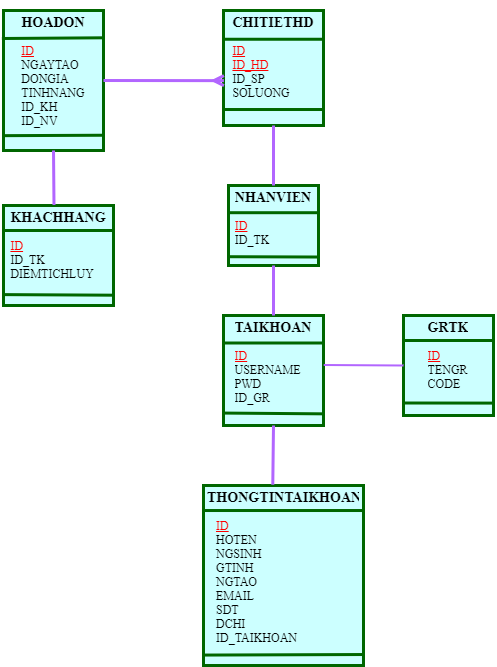
Above: erd.drawio.png in sunny-THS/QlyBanDT (draw.io), before the change. Source tidied: cells renumbered, new cells last; positions are measured from the earlier drawing's top-left corner, leaving out a move shared by most shapes.
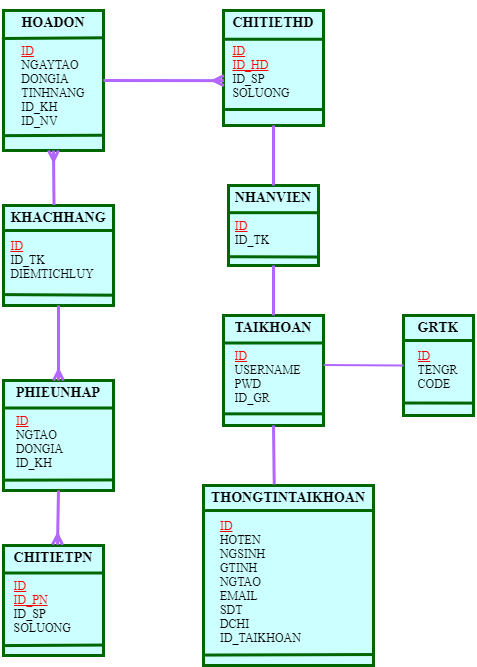
Later version of the same file.

Change to the diagram source:
```diff
@@ -3,7 +3,7 @@
     <mxCell id="0" />
     <mxCell id="1" parent="0" />
     <mxCell id="2" value="&lt;h3&gt;&lt;font color=&quot;#000000&quot; face=&quot;Times New Roman&quot;&gt;GRTK&lt;br&gt;&lt;/font&gt;&lt;/h3&gt;&lt;div style=&quot;text-align: left&quot;&gt;&lt;u&gt;&lt;font color=&quot;#ff0000&quot; face=&quot;Times New Roman&quot;&gt;ID&lt;/font&gt;&lt;/u&gt;&lt;/div&gt;&lt;div style=&quot;text-align: left&quot;&gt;&lt;font color=&quot;#000000&quot; face=&quot;Times New Roman&quot;&gt;TENGR&lt;/font&gt;&lt;/div&gt;&lt;div style=&quot;text-align: left&quot;&gt;&lt;font color=&quot;#000000&quot; face=&quot;Times New Roman&quot;&gt;CODE&lt;/font&gt;&lt;/div&gt;" style="text;html=1;spacing=5;spacingTop=-20;whiteSpace=wrap;overflow=hidden;rounded=0;shadow=0;fillColor=#CCFFFF;strokeColor=#006600;align=center;strokeWidth=3;" parent="1" vertex="1">
-      <mxGeometry x="400" y="305" width="90" height="100" as="geometry" />
+      <mxGeometry x="400" y="305" width="70" height="100" as="geometry" />
     </mxCell>
     <mxCell id="3" style="endArrow=none;html=1;startSize=6;strokeWidth=3;exitX=0;exitY=0.25;exitDx=0;exitDy=0;entryX=1;entryY=0.25;entryDx=0;entryDy=0;strokeColor=#006600;" parent="1" edge="1" source="2" target="2">
       <mxGeometry relative="1" as="geometry" />
@@ -17,7 +17,7 @@
     <mxCell id="6" style="endArrow=none;html=1;startSize=6;strokeColor=#006600;strokeWidth=3;exitX=0;exitY=0.25;exitDx=0;exitDy=0;entryX=1;entryY=0.25;entryDx=0;entryDy=0;" parent="1" edge="1" source="5" target="5">
       <mxGeometry relative="1" as="geometry" />
     </mxCell>
-    <mxCell id="7" style="endArrow=none;html=1;startSize=6;strokeColor=#006600;strokeWidth=3;exitX=0;exitY=0.887;exitDx=0;exitDy=0;exitPerimeter=0;entryX=1.002;entryY=0.894;entryDx=0;entryDy=0;entryPerimeter=0;" parent="1" edge="1" source="5" target="5">
+    <mxCell id="7" style="endArrow=none;html=1;startSize=6;strokeColor=#006600;strokeWidth=3;exitX=-0.004;exitY=0.894;exitDx=0;exitDy=0;exitPerimeter=0;entryX=1.002;entryY=0.894;entryDx=0;entryDy=0;entryPerimeter=0;" parent="1" edge="1" source="5" target="5">
       <mxGeometry relative="1" as="geometry" />
     </mxCell>
     <mxCell id="8" style="endArrow=none;html=1;startSize=6;strokeWidth=2;exitX=1.002;exitY=0.45;exitDx=0;exitDy=0;entryX=0;entryY=0.5;entryDx=0;entryDy=0;strokeColor=#B266FF;exitPerimeter=0;" parent="1" edge="1" source="5" target="2">
@@ -60,7 +60,7 @@
       <mxGeometry relative="1" as="geometry" />
     </mxCell>
     <mxCell id="21" value="&lt;h3&gt;&lt;font color=&quot;#000000&quot; face=&quot;Times New Roman&quot;&gt;THONGTINTAIKHOAN&lt;/font&gt;&lt;/h3&gt;&lt;div style=&quot;text-align: left&quot;&gt;&lt;font face=&quot;Times New Roman&quot;&gt;&lt;font color=&quot;#000000&quot;&gt;&amp;nbsp; &amp;nbsp;&lt;/font&gt;&lt;u&gt;&lt;font color=&quot;#ff0000&quot;&gt;ID&lt;/font&gt;&lt;/u&gt;&lt;/font&gt;&lt;/div&gt;&lt;div style=&quot;text-align: left&quot;&gt;&lt;font color=&quot;#000000&quot; face=&quot;Times New Roman&quot;&gt;&amp;nbsp; &amp;nbsp;HOTEN&lt;/font&gt;&lt;/div&gt;&lt;div style=&quot;text-align: left&quot;&gt;&lt;font color=&quot;#000000&quot; face=&quot;Times New Roman&quot;&gt;&amp;nbsp; &amp;nbsp;NGSINH&lt;/font&gt;&lt;/div&gt;&lt;div style=&quot;text-align: left&quot;&gt;&lt;font color=&quot;#000000&quot; face=&quot;Times New Roman&quot;&gt;&amp;nbsp; &amp;nbsp;GTINH&lt;/font&gt;&lt;/div&gt;&lt;div style=&quot;text-align: left&quot;&gt;&lt;font color=&quot;#000000&quot; face=&quot;Times New Roman&quot;&gt;&amp;nbsp; &amp;nbsp;NGTAO&lt;/font&gt;&lt;/div&gt;&lt;div style=&quot;text-align: left&quot;&gt;&lt;font color=&quot;#000000&quot; face=&quot;Times New Roman&quot;&gt;&amp;nbsp; &amp;nbsp;EMAIL&lt;/font&gt;&lt;/div&gt;&lt;div style=&quot;text-align: left&quot;&gt;&lt;font color=&quot;#000000&quot; face=&quot;Times New Roman&quot;&gt;&amp;nbsp; &amp;nbsp;SDT&lt;/font&gt;&lt;/div&gt;&lt;div style=&quot;text-align: left&quot;&gt;&lt;font color=&quot;#000000&quot; face=&quot;Times New Roman&quot;&gt;&amp;nbsp; &amp;nbsp;DCHI&lt;/font&gt;&lt;/div&gt;&lt;div style=&quot;text-align: left&quot;&gt;&lt;font color=&quot;#000000&quot; face=&quot;Times New Roman&quot;&gt;&amp;nbsp; &amp;nbsp;ID_TAIKHOAN&lt;/font&gt;&lt;/div&gt;&lt;div style=&quot;text-align: left&quot;&gt;&lt;font color=&quot;#000000&quot; face=&quot;Times New Roman&quot;&gt;&lt;br&gt;&lt;/font&gt;&lt;/div&gt;&lt;div&gt;&lt;font color=&quot;#000000&quot; face=&quot;Times New Roman&quot;&gt;&lt;br&gt;&lt;/font&gt;&lt;/div&gt;&lt;div&gt;&lt;font color=&quot;#000000&quot; face=&quot;Times New Roman&quot;&gt;&lt;br&gt;&lt;/font&gt;&lt;/div&gt;&lt;div&gt;&lt;font color=&quot;#000000&quot; face=&quot;Times New Roman&quot;&gt;&lt;br&gt;&lt;/font&gt;&lt;/div&gt;&lt;div&gt;&lt;font color=&quot;#000000&quot; face=&quot;Times New Roman&quot;&gt;&lt;br&gt;&lt;/font&gt;&lt;/div&gt;&lt;div&gt;&lt;font color=&quot;#000000&quot; face=&quot;Times New Roman&quot;&gt;&lt;br&gt;&lt;/font&gt;&lt;/div&gt;&lt;div&gt;&lt;br&gt;&lt;/div&gt;" style="text;html=1;spacing=5;spacingTop=-20;whiteSpace=wrap;overflow=hidden;rounded=0;shadow=0;align=center;fillColor=#CCFFFF;strokeColor=#006600;strokeWidth=3;" parent="1" vertex="1">
-      <mxGeometry x="200" y="475" width="160" height="180" as="geometry" />
+      <mxGeometry x="200" y="475" width="170" height="180" as="geometry" />
     </mxCell>
     <mxCell id="22" style="endArrow=none;html=1;startSize=6;strokeWidth=3;strokeColor=#006600;entryX=0.996;entryY=0.139;entryDx=0;entryDy=0;entryPerimeter=0;exitX=0.001;exitY=0.139;exitDx=0;exitDy=0;exitPerimeter=0;" parent="1" edge="1" source="21" target="21">
       <mxGeometry relative="1" as="geometry" />
@@ -68,7 +68,7 @@
     <mxCell id="23" style="endArrow=none;html=1;startSize=6;strokeWidth=3;entryX=1.001;entryY=0.939;entryDx=0;entryDy=0;entryPerimeter=0;strokeColor=#006600;exitX=0.006;exitY=0.942;exitDx=0;exitDy=0;exitPerimeter=0;" parent="1" edge="1" source="21" target="21">
       <mxGeometry relative="1" as="geometry" />
     </mxCell>
-    <mxCell id="24" style="endArrow=none;html=1;startSize=6;strokeWidth=3;entryX=0.5;entryY=1;entryDx=0;entryDy=0;exitX=0.433;exitY=-0.004;exitDx=0;exitDy=0;exitPerimeter=0;strokeColor=#B266FF;" parent="1" edge="1" source="21" target="5">
+    <mxCell id="24" style="endArrow=none;html=1;startSize=6;strokeWidth=3;entryX=0.5;entryY=1;entryDx=0;entryDy=0;strokeColor=#B266FF;exitX=0.416;exitY=-0.006;exitDx=0;exitDy=0;exitPerimeter=0;" parent="1" edge="1" source="21" target="5">
       <mxGeometry relative="1" as="geometry" />
     </mxCell>
     <mxCell id="25" value="&lt;h3&gt;&lt;font color=&quot;#000000&quot; face=&quot;Times New Roman&quot;&gt;KHACHHANG&lt;br&gt;&lt;/font&gt;&lt;/h3&gt;&lt;div style=&quot;text-align: left&quot;&gt;&lt;font face=&quot;Times New Roman&quot; color=&quot;#ff0000&quot;&gt;&lt;u&gt;ID&lt;/u&gt;&lt;/font&gt;&lt;/div&gt;&lt;div style=&quot;text-align: left&quot;&gt;&lt;font color=&quot;#000000&quot; face=&quot;Times New Roman&quot;&gt;ID_TK&lt;/font&gt;&lt;/div&gt;&lt;div style=&quot;text-align: left&quot;&gt;&lt;font color=&quot;#000000&quot; face=&quot;Times New Roman&quot;&gt;DIEMTICHLUY&lt;/font&gt;&lt;/div&gt;" style="text;html=1;spacing=5;spacingTop=-20;whiteSpace=wrap;overflow=hidden;rounded=0;shadow=0;align=center;fillColor=#CCFFFF;strokeColor=#006600;strokeWidth=3;" parent="1" vertex="1">
@@ -80,8 +80,32 @@
     <mxCell id="27" style="endArrow=none;html=1;startSize=6;strokeWidth=3;exitX=-0.013;exitY=0.891;exitDx=0;exitDy=0;exitPerimeter=0;entryX=1.012;entryY=0.897;entryDx=0;entryDy=0;entryPerimeter=0;strokeColor=#006600;" parent="1" edge="1" source="25" target="25">
       <mxGeometry relative="1" as="geometry" />
     </mxCell>
-    <mxCell id="28" style="endArrow=none;html=1;startSize=6;strokeWidth=3;entryX=0.5;entryY=1;entryDx=0;entryDy=0;exitX=0.459;exitY=-0.005;exitDx=0;exitDy=0;exitPerimeter=0;strokeColor=#B266FF;" parent="1" edge="1" source="25" target="9">
+    <mxCell id="28" style="endArrow=ERmany;html=1;startSize=6;strokeWidth=3;entryX=0.5;entryY=1;entryDx=0;entryDy=0;exitX=0.459;exitY=-0.005;exitDx=0;exitDy=0;exitPerimeter=0;strokeColor=#B266FF;startArrow=none;startFill=0;endFill=0;" parent="1" edge="1" source="25" target="9">
       <mxGeometry relative="1" as="geometry" />
     </mxCell>
+    <mxCell id="29" value="&lt;h3&gt;&lt;font color=&quot;#000000&quot; face=&quot;Times New Roman&quot;&gt;PHIEUNHAP&lt;br&gt;&lt;/font&gt;&lt;/h3&gt;&lt;div style=&quot;text-align: left&quot;&gt;&lt;font face=&quot;Times New Roman&quot; color=&quot;#ff0000&quot;&gt;&lt;u&gt;ID&lt;/u&gt;&lt;/font&gt;&lt;/div&gt;&lt;div style=&quot;text-align: left&quot;&gt;&lt;font color=&quot;#000000&quot; face=&quot;Times New Roman&quot;&gt;NGTAO&lt;/font&gt;&lt;/div&gt;&lt;div style=&quot;text-align: left&quot;&gt;&lt;font color=&quot;#000000&quot; face=&quot;Times New Roman&quot;&gt;DONGIA&lt;/font&gt;&lt;/div&gt;&lt;div style=&quot;text-align: left&quot;&gt;&lt;font color=&quot;#000000&quot; face=&quot;Times New Roman&quot;&gt;ID_KH&lt;/font&gt;&lt;/div&gt;" style="text;html=1;spacing=5;spacingTop=-20;whiteSpace=wrap;overflow=hidden;rounded=0;shadow=0;align=center;strokeColor=#006600;strokeWidth=3;fillColor=#CCFFFF;" parent="1" vertex="1">
+      <mxGeometry y="370" width="110" height="110" as="geometry" />
+    </mxCell>
+    <mxCell id="30" style="endArrow=none;html=1;startSize=6;strokeWidth=3;exitX=0;exitY=0.25;exitDx=0;exitDy=0;entryX=1;entryY=0.25;entryDx=0;entryDy=0;strokeColor=#006600;" parent="1" edge="1" source="29" target="29">
+      <mxGeometry relative="1" as="geometry" />
+    </mxCell>
+    <mxCell id="31" style="endArrow=none;html=1;startSize=6;strokeWidth=3;entryX=1.001;entryY=0.904;entryDx=0;entryDy=0;entryPerimeter=0;exitX=0.002;exitY=0.906;exitDx=0;exitDy=0;exitPerimeter=0;strokeColor=#006600;" parent="1" edge="1" source="29" target="29">
+      <mxGeometry relative="1" as="geometry" />
+    </mxCell>
+    <mxCell id="32" style="endArrow=none;html=1;startSize=6;strokeWidth=3;entryX=0.5;entryY=1;entryDx=0;entryDy=0;exitX=0.5;exitY=0;exitDx=0;exitDy=0;strokeColor=#B266FF;endFill=0;startArrow=ERmany;startFill=0;" parent="1" edge="1" source="29" target="25">
+      <mxGeometry relative="1" as="geometry" />
+    </mxCell>
+    <mxCell id="33" value="&lt;h3&gt;&lt;font color=&quot;#000000&quot; face=&quot;Times New Roman&quot;&gt;CHITIETPN&lt;br&gt;&lt;/font&gt;&lt;/h3&gt;&lt;div style=&quot;text-align: left&quot;&gt;&lt;font face=&quot;Times New Roman&quot; color=&quot;#ff0000&quot;&gt;&lt;u&gt;ID&lt;/u&gt;&lt;/font&gt;&lt;/div&gt;&lt;div style=&quot;text-align: left&quot;&gt;&lt;font face=&quot;Times New Roman&quot; color=&quot;#ff0000&quot;&gt;&lt;u&gt;ID_PN&lt;/u&gt;&lt;/font&gt;&lt;/div&gt;&lt;div style=&quot;text-align: left&quot;&gt;&lt;font color=&quot;#000000&quot; face=&quot;Times New Roman&quot;&gt;ID_SP&lt;/font&gt;&lt;/div&gt;&lt;div style=&quot;text-align: left&quot;&gt;&lt;font color=&quot;#000000&quot; face=&quot;Times New Roman&quot;&gt;SOLUONG&lt;/font&gt;&lt;/div&gt;" style="text;html=1;spacing=5;spacingTop=-20;whiteSpace=wrap;overflow=hidden;rounded=0;shadow=0;align=center;strokeColor=#006600;fillColor=#CCFFFF;strokeWidth=3;" parent="1" vertex="1">
+      <mxGeometry y="535" width="100" height="110" as="geometry" />
+    </mxCell>
+    <mxCell id="34" style="endArrow=none;html=1;startSize=6;strokeWidth=3;exitX=0;exitY=0.25;exitDx=0;exitDy=0;entryX=1;entryY=0.25;entryDx=0;entryDy=0;strokeColor=#006600;" parent="1" edge="1" source="33" target="33">
+      <mxGeometry relative="1" as="geometry" />
+    </mxCell>
+    <mxCell id="35" style="endArrow=none;html=1;startSize=6;strokeWidth=3;entryX=-0.004;entryY=0.91;entryDx=0;entryDy=0;entryPerimeter=0;exitX=1.004;exitY=0.905;exitDx=0;exitDy=0;exitPerimeter=0;strokeColor=#006600;" parent="1" edge="1" source="33" target="33">
+      <mxGeometry relative="1" as="geometry" />
+    </mxCell>
+    <mxCell id="36" style="endArrow=none;html=1;startSize=6;strokeWidth=3;entryX=0.5;entryY=1;entryDx=0;entryDy=0;exitX=0.54;exitY=-0.007;exitDx=0;exitDy=0;exitPerimeter=0;strokeColor=#B266FF;endFill=0;startArrow=ERmany;startFill=0;" parent="1" edge="1" source="33" target="29">
+      <mxGeometry relative="1" as="geometry" />
+    </mxCell>
   </root>
 </mxGraphModel>
```
